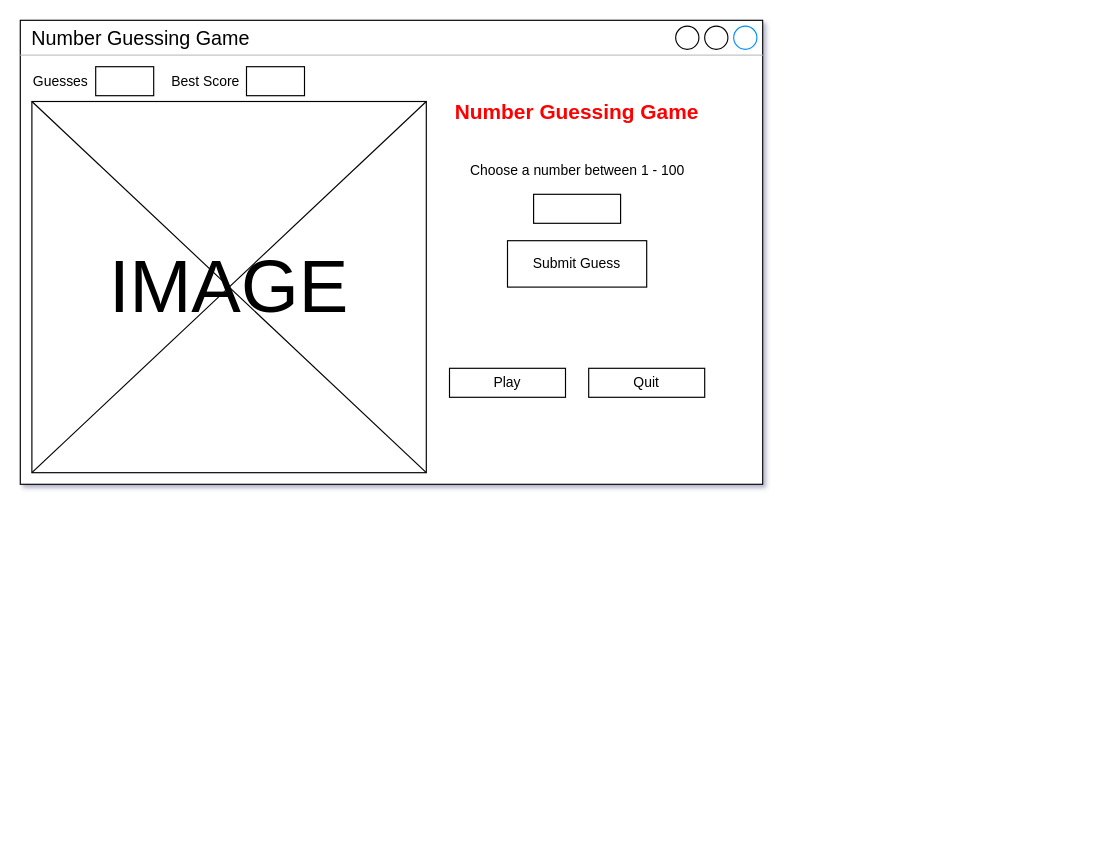
The draw.io diagram Number Guessing Game/documentation/guessing-game-GUI.drawio in shane-mayo/general-projects, before the edit. Source tidied: cells renumbered, new cells numbered last; positions are measured from the earlier drawing's top-left corner, leaving out a move shared by most shapes. Both pictures are drawn from the tidied source at 116%, with x=0, y=0 at pixel (20, 20).
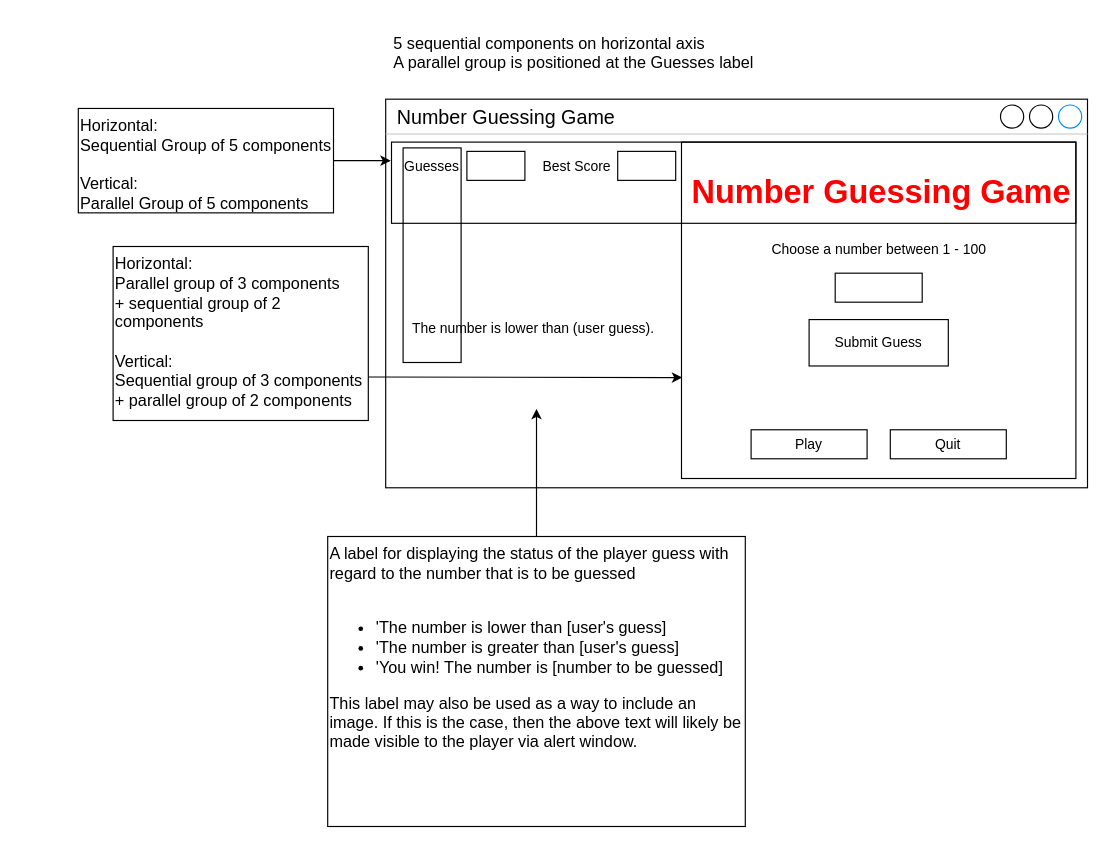
The same page after the edit.

What changed in the source:
```diff
@@
-<mxGraphModel shadow="1">
+<mxGraphModel>
@@
-    <mxCell id="2" style="group;" parent="1" vertex="1">
-      <mxGeometry width="640" height="420" as="geometry" />
-    </mxCell>
-    <mxCell id="3" value="Number Guessing Game" style="strokeWidth=1;shadow=0;dashed=0;align=center;html=1;shape=mxgraph.mockup.containers.window;align=left;verticalAlign=top;spacingLeft=8;strokeColor2=#008cff;strokeColor3=#c4c4c4;mainText=;fontSize=17;labelBackgroundColor=none;" parent="2" vertex="1">
-      <mxGeometry width="640" height="400" as="geometry" />
+    <mxCell id="3" value="Number Guessing Game" style="strokeWidth=1;shadow=0;dashed=0;align=center;html=1;shape=mxgraph.mockup.containers.window;align=left;verticalAlign=top;spacingLeft=8;strokeColor2=#008cff;strokeColor3=#c4c4c4;mainText=;fontSize=17;labelBackgroundColor=none;" parent="1" vertex="1">
+      <mxGeometry x="315" y="68" width="605" height="335" as="geometry" />
     </mxCell>
-    <mxCell id="4" value="&lt;b&gt;&lt;font style=&quot;font-size: 18px&quot; color=&quot;#ff0000&quot;&gt;Number Guessing Game&lt;/font&gt;&lt;/b&gt;" style="text;html=1;strokeColor=none;fillColor=none;align=center;verticalAlign=middle;whiteSpace=wrap;" parent="2" vertex="1">
-      <mxGeometry x="360" y="70" width="240" height="20" as="geometry" />
-    </mxCell>
-    <mxCell id="5" value="Choose a number between 1 - 100" style="text;html=1;strokeColor=none;fillColor=none;align=center;verticalAlign=middle;" parent="2" vertex="1">
-      <mxGeometry x="380" y="120" width="200" height="20" as="geometry" />
-    </mxCell>
-    <mxCell id="6" style="whiteSpace=wrap;html=1;" parent="2" vertex="1">
-      <mxGeometry x="442.5" y="150" width="75" height="25" as="geometry" />
-    </mxCell>
-    <mxCell id="7" value="Submit Guess" style="whiteSpace=wrap;html=1;" parent="2" vertex="1">
-      <mxGeometry x="420" y="190" width="120" height="40" as="geometry" />
-    </mxCell>
-    <mxCell id="8" style="group;" parent="2" vertex="1">
-      <mxGeometry x="370" y="300" width="220" height="25" as="geometry" />
-    </mxCell>
-    <mxCell id="9" value="Quit" style="whiteSpace=wrap;html=1;" parent="8" vertex="1">
-      <mxGeometry x="120" width="100" height="25" as="geometry" />
-    </mxCell>
-    <mxCell id="10" value="Play" style="whiteSpace=wrap;html=1;" parent="8" vertex="1">
-      <mxGeometry width="100" height="25" as="geometry" />
-    </mxCell>
-    <mxCell id="11" style="group;" parent="2" vertex="1">
-      <mxGeometry x="20" y="60" width="370" height="25" as="geometry" />
-    </mxCell>
+    <mxCell id="21" style="group;" parent="1" vertex="1">
+      <mxGeometry x="335" y="113" width="230" height="25" as="geometry" />
+    </mxCell>
-    <mxCell id="12" value="Guesses" style="text;html=1;strokeColor=none;fillColor=none;align=center;verticalAlign=middle;whiteSpace=wrap;" parent="11" vertex="1">
-      <mxGeometry x="-5" y="-17.5" width="40" height="20" as="geometry" />
+    <mxCell id="12" value="Guesses" style="text;html=1;strokeColor=none;fillColor=none;align=center;verticalAlign=middle;whiteSpace=wrap;" parent="21" vertex="1">
+      <mxGeometry y="2.5" width="40" height="20" as="geometry" />
     </mxCell>
-    <mxCell id="13" style="whiteSpace=wrap;html=1;" parent="11" vertex="1">
-      <mxGeometry x="45" y="-20" width="50" height="25" as="geometry" />
+    <mxCell id="13" style="whiteSpace=wrap;html=1;" parent="21" vertex="1">
+      <mxGeometry x="50" width="50" height="25" as="geometry" />
     </mxCell>
-    <mxCell id="14" value="Best Score" style="text;html=1;strokeColor=none;fillColor=none;align=center;verticalAlign=middle;whiteSpace=wrap;" parent="11" vertex="1">
-      <mxGeometry x="105" y="-17.5" width="70" height="20" as="geometry" />
+    <mxCell id="14" value="Best Score" style="text;html=1;strokeColor=none;fillColor=none;align=center;verticalAlign=middle;whiteSpace=wrap;" parent="21" vertex="1">
+      <mxGeometry x="110" y="2.5" width="70" height="20" as="geometry" />
     </mxCell>
-    <mxCell id="15" style="whiteSpace=wrap;html=1;" parent="11" vertex="1">
-      <mxGeometry x="175" y="-20" width="50" height="25" as="geometry" />
+    <mxCell id="15" style="whiteSpace=wrap;html=1;" parent="21" vertex="1">
+      <mxGeometry x="180" width="50" height="25" as="geometry" />
     </mxCell>
-    <mxCell id="16" style="group;" parent="2" vertex="1">
-      <mxGeometry x="20" y="100" width="320" height="320" as="geometry" />
-    </mxCell>
-    <mxCell id="17" style="group;verticalAlign=middle;" parent="2" vertex="1">
-      <mxGeometry x="10" y="70" width="340" height="320" as="geometry" />
-    </mxCell>
-    <mxCell id="18" value="&lt;font style=&quot;font-size: 64px&quot;&gt;IMAGE&lt;/font&gt;" style="whiteSpace=wrap;html=1;shadow=0;glass=0;" parent="17" vertex="1">
-      <mxGeometry width="340" height="320" as="geometry" />
-    </mxCell>
-    <mxCell id="19" style="endArrow=none;html=1;entryX=1;entryY=0;entryDx=0;entryDy=0;exitX=0;exitY=1;exitDx=0;exitDy=0;" parent="17" edge="1" source="18" target="18">
-      <mxGeometry relative="1" as="geometry" />
-    </mxCell>
-    <mxCell id="20" style="endArrow=none;html=1;entryX=0;entryY=0;entryDx=0;entryDy=0;exitX=1;exitY=1;exitDx=0;exitDy=0;" parent="17" edge="1" source="18" target="18">
-      <mxGeometry relative="1" as="geometry" />
-    </mxCell>
+    <mxCell id="22" style="group;" parent="1" vertex="1">
+      <mxGeometry x="575" y="138" width="335" height="240" as="geometry" />
+    </mxCell>
+    <mxCell id="4" value="&lt;span&gt;&lt;font style=&quot;font-size: 28px&quot; color=&quot;#ff0000&quot;&gt;Number Guessing Game&lt;/font&gt;&lt;/span&gt;" style="text;html=1;strokeColor=none;fillColor=none;align=center;verticalAlign=middle;whiteSpace=wrap;fontStyle=1;" parent="22" vertex="1">
+      <mxGeometry width="335" height="20" as="geometry" />
+    </mxCell>
+    <mxCell id="23" style="group;" parent="22" vertex="1">
+      <mxGeometry x="55" y="50" width="220" height="190" as="geometry" />
+    </mxCell>
+    <mxCell id="9" value="Quit" style="whiteSpace=wrap;html=1;" parent="23" vertex="1">
+      <mxGeometry x="120" y="165" width="100" height="25" as="geometry" />
+    </mxCell>
+    <mxCell id="10" value="Play" style="whiteSpace=wrap;html=1;" parent="23" vertex="1">
+      <mxGeometry y="165" width="100" height="25" as="geometry" />
+    </mxCell>
+    <mxCell id="5" value="Choose a number between 1 - 100" style="text;html=1;strokeColor=none;fillColor=none;align=center;verticalAlign=middle;" parent="23" vertex="1">
+      <mxGeometry x="10" width="200" height="20" as="geometry" />
+    </mxCell>
+    <mxCell id="24" style="whiteSpace=wrap;html=1;" parent="23" vertex="1">
+      <mxGeometry x="72.5" y="30" width="75" height="25" as="geometry" />
+    </mxCell>
+    <mxCell id="7" value="Submit Guess" style="whiteSpace=wrap;html=1;" parent="23" vertex="1">
+      <mxGeometry x="50" y="70" width="120" height="40" as="geometry" />
+    </mxCell>
+    <mxCell id="25" value="The number is lower than (user guess)." style="text;html=1;align=center;verticalAlign=middle;whiteSpace=wrap;rounded=0;" parent="1" vertex="1">
+      <mxGeometry x="335" y="245" width="215" height="41" as="geometry" />
+    </mxCell>
+    <mxCell id="26" parent="0" />
+    <mxCell id="27" style="edgeStyle=none;rounded=0;jumpStyle=none;jettySize=auto;html=1;exitX=1;exitY=0.5;exitDx=0;exitDy=0;entryX=-0.001;entryY=0.229;entryDx=0;entryDy=0;entryPerimeter=0;" parent="26" edge="1" source="28" target="33">
+      <mxGeometry relative="1" as="geometry" />
+    </mxCell>
+    <mxCell id="28" value="Horizontal:&lt;br&gt;Sequential Group of 5 components&lt;br&gt;&lt;br&gt;Vertical:&lt;br&gt;Parallel Group of 5 components&amp;nbsp;" style="text;html=1;align=left;verticalAlign=top;whiteSpace=wrap;rounded=0;fontSize=14;fillColor=#ffffff;strokeColor=#000000;" parent="26" vertex="1">
+      <mxGeometry x="50" y="76" width="220" height="90" as="geometry" />
+    </mxCell>
+    <mxCell id="29" style="edgeStyle=none;rounded=0;jettySize=auto;html=1;exitX=1;exitY=0.75;exitDx=0;exitDy=0;entryX=0.002;entryY=0.7;entryDx=0;entryDy=0;entryPerimeter=0;jumpStyle=none;" parent="26" edge="1" source="30" target="32">
+      <mxGeometry relative="1" as="geometry" />
+    </mxCell>
+    <mxCell id="30" value="Horizontal:&lt;br&gt;Parallel group of 3 components&lt;br&gt;+ sequential group of 2 components&lt;br&gt;&lt;br&gt;Vertical:&lt;br&gt;Sequential group of 3 components&lt;br&gt;+ parallel group of 2 components" style="text;html=1;align=left;verticalAlign=top;whiteSpace=wrap;rounded=0;fontSize=14;strokeColor=#000000;fillColor=#ffffff;" parent="26" vertex="1">
+      <mxGeometry x="80" y="195" width="220" height="150" as="geometry" />
+    </mxCell>
+    <mxCell id="31" style="edgeStyle=none;rounded=0;orthogonalLoop=1;jettySize=auto;html=1;exitX=1;exitY=0.5;exitDx=0;exitDy=0;fontSize=14;" parent="26" edge="1" source="30" target="30">
+      <mxGeometry relative="1" as="geometry" />
+    </mxCell>
+    <mxCell id="32" style="rounded=0;whiteSpace=wrap;html=1;fillColor=none;" parent="26" vertex="1">
+      <mxGeometry x="570" y="105" width="340" height="290" as="geometry" />
+    </mxCell>
+    <mxCell id="33" style="rounded=0;whiteSpace=wrap;html=1;fillColor=none;" parent="26" vertex="1">
+      <mxGeometry x="320" y="105" width="590" height="70" as="geometry" />
+    </mxCell>
+    <mxCell id="34" style="edgeStyle=none;rounded=0;jumpStyle=none;jettySize=auto;html=1;exitX=0.5;exitY=0;exitDx=0;exitDy=0;entryX=0.5;entryY=1;entryDx=0;entryDy=0;fontSize=14;" parent="26" edge="1" source="35">
+      <mxGeometry relative="1" as="geometry">
+        <mxPoint x="445" y="335" as="targetPoint" />
+      </mxGeometry>
+    </mxCell>
+    <mxCell id="35" value="A label for displaying the status of the player guess with regard to the number that is to be guessed&lt;br&gt;&lt;br&gt;&lt;ul&gt;&lt;li&gt;'The number is lower than [user's guess]&lt;/li&gt;&lt;li&gt;'The number is greater than [user's guess]&lt;/li&gt;&lt;li&gt;'You win! The number is [number to be guessed]&lt;/li&gt;&lt;/ul&gt;&lt;div&gt;This label may also be used as a way to include an image. If this is the case, then the above text will likely be made visible to the player via alert window.&lt;/div&gt;" style="text;html=1;align=left;verticalAlign=top;whiteSpace=wrap;rounded=0;fontSize=14;strokeColor=#000000;fillColor=#ffffff;" parent="26" vertex="1">
+      <mxGeometry x="265" y="445" width="360" height="250" as="geometry" />
+    </mxCell>
+    <mxCell id="36" value="5 sequential components on horizontal axis&lt;br&gt;A parallel group is positioned at the Guesses label" style="text;html=1;strokeColor=none;align=left;verticalAlign=top;whiteSpace=wrap;rounded=0;fontSize=14;shadow=0;fillColor=#ffffff;" parent="26" vertex="1">
+      <mxGeometry x="320" y="5" width="370" height="60" as="geometry" />
+    </mxCell>
+    <mxCell id="37" style="rounded=0;whiteSpace=wrap;html=1;shadow=0;strokeColor=#000000;fillColor=none;gradientColor=none;fontSize=14;align=left;" parent="26" vertex="1">
+      <mxGeometry x="330" y="110" width="50" height="185" as="geometry" />
+    </mxCell>
```
